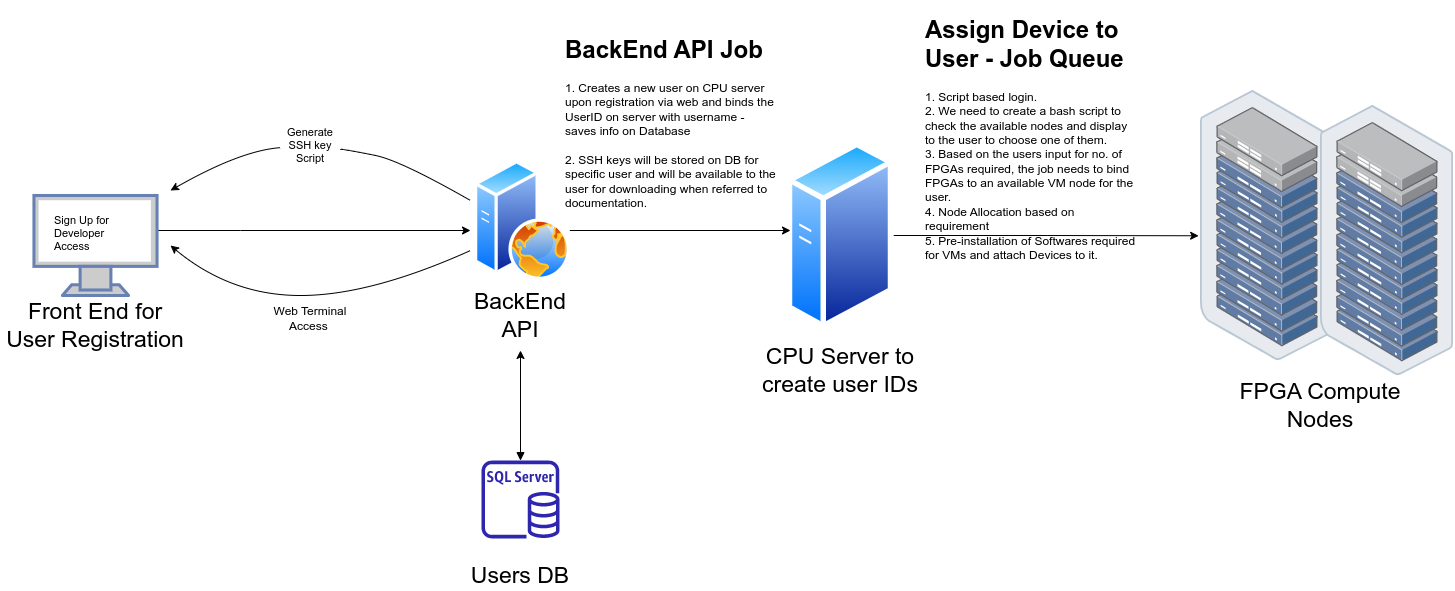
This is Intel DevCloud Flow.drawio.png from belanasaikiran/FlowCharts, a draw.io export, as it was before one commit. Source tidied: cells renumbered, new cells last; positions are measured from the earlier drawing's top-left corner, leaving out a move shared by most shapes.
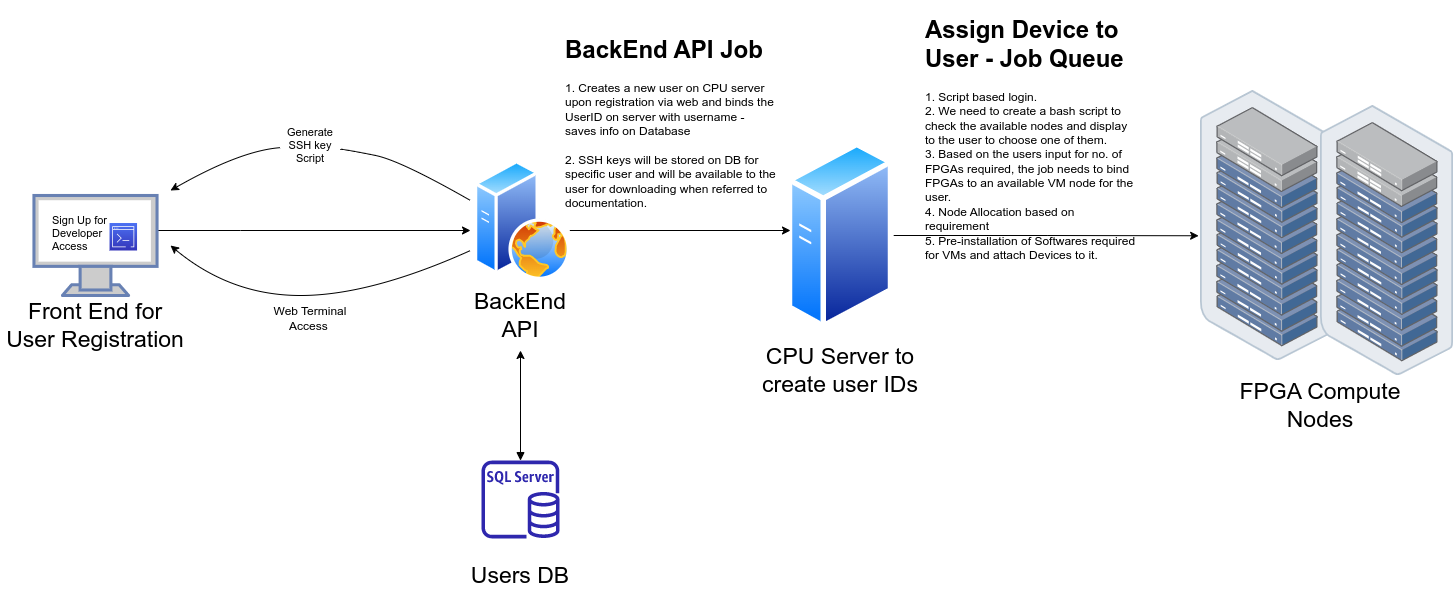
The same file after the commit.

The edit, as a diff of the source:
```diff
@@ -64,7 +64,7 @@
       <mxGeometry x="14" width="96" height="120" as="geometry" />
     </mxCell>
     <mxCell id="18" value="Sign Up for Developer Access" style="text;html=1;strokeColor=none;fillColor=none;align=left;verticalAlign=middle;rounded=0;fontSize=11;spacing=2;spacingTop=0;whiteSpace=wrap;labelBorderColor=none;labelBackgroundColor=none;fontColor=default;" parent="1" vertex="1">
-      <mxGeometry x="51.7" y="202.5" width="86.5" height="40" as="geometry" />
+      <mxGeometry x="50" y="202.5" width="86.5" height="40" as="geometry" />
     </mxCell>
     <mxCell id="19" style="group;" parent="1" vertex="1">
       <mxGeometry x="1200" y="80" width="253.2" height="285" as="geometry" />
@@ -114,5 +114,8 @@
     <mxCell id="28" value="&lt;h1&gt;&lt;span style=&quot;background-color: initial;&quot;&gt;Assign Device to User - Job Queue&lt;/span&gt;&lt;/h1&gt;&lt;div&gt;&lt;span style=&quot;font-size: 12px; font-weight: 400;&quot;&gt;1. Script based login.&amp;nbsp;&lt;/span&gt;&lt;/div&gt;&lt;div&gt;&lt;span style=&quot;font-size: 12px; font-weight: 400;&quot;&gt;2. We need to create a bash script to check the available nodes and display to the user to choose one of them.&lt;/span&gt;&lt;/div&gt;&lt;div&gt;&lt;span style=&quot;font-size: 12px; font-weight: 400;&quot;&gt;3. Based on the users input for no. of FPGAs required, the job needs to bind FPGAs to an available VM node for the user.&lt;/span&gt;&lt;/div&gt;&lt;div&gt;&lt;span style=&quot;font-size: 12px; font-weight: 400;&quot;&gt;4. Node Allocation based on requirement&lt;/span&gt;&lt;/div&gt;&lt;div&gt;&lt;span style=&quot;font-size: 12px; font-weight: 400;&quot;&gt;5. Pre-installation of Softwares required for VMs and attach Devices to it.&lt;/span&gt;&lt;/div&gt;" style="text;html=1;strokeColor=none;fillColor=none;spacing=5;spacingTop=-20;whiteSpace=wrap;overflow=hidden;rounded=0;" parent="1" vertex="1">
       <mxGeometry x="920" width="220" height="250" as="geometry" />
     </mxCell>
+    <mxCell id="29" style="sketch=0;fontColor=#232F3E;gradientColor=#4D72F3;gradientDirection=north;fillColor=#3334B9;strokeColor=#ffffff;dashed=0;verticalLabelPosition=bottom;verticalAlign=top;align=center;html=1;fontSize=12;fontStyle=0;shape=mxgraph.aws4.resourceIcon;resIcon=mxgraph.aws4.command_line_interface;" parent="1" vertex="1">
+      <mxGeometry x="109" y="212.5" width="27.5" height="27.5" as="geometry" />
+    </mxCell>
   </root>
 </mxGraphModel>
```
